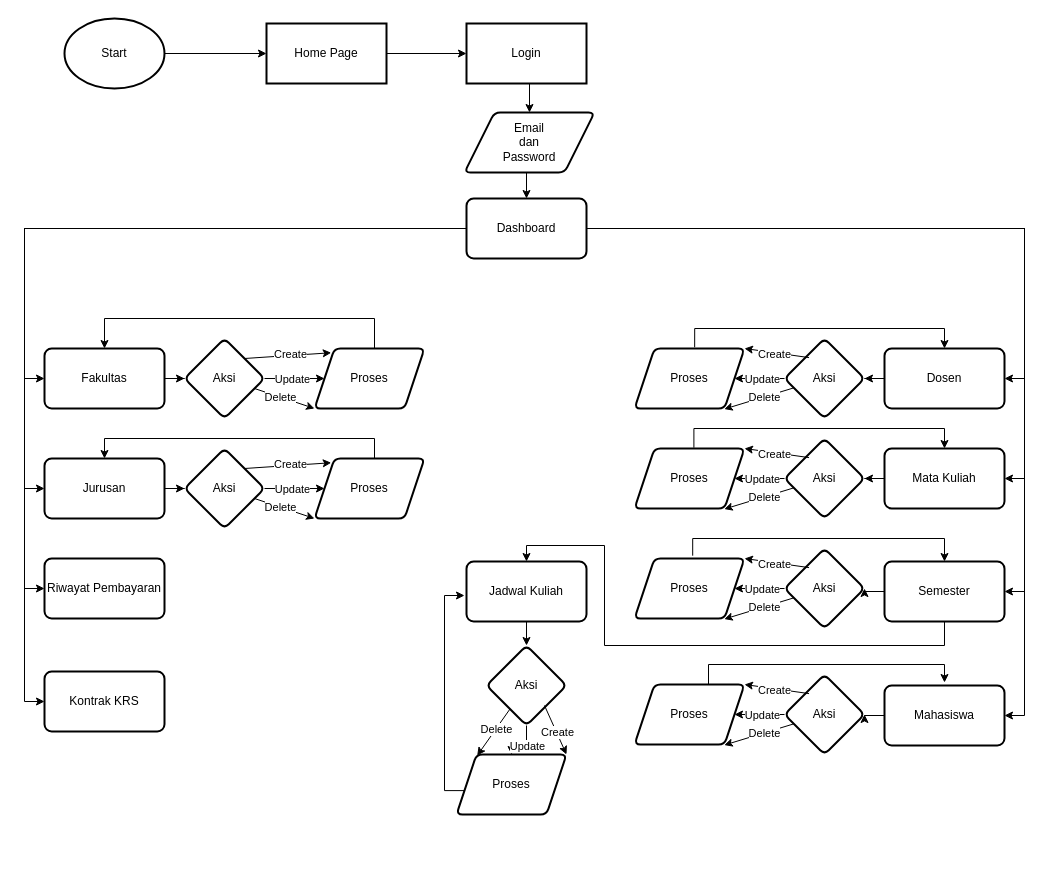
The draw.io diagram page "admin" (1 of 2) of Untitled Diagram.drawio in GibransLF/minprokrs, before the edit. Source tidied: cells renumbered, new cells numbered last; positions are measured from the earlier drawing's top-left corner, leaving out a move shared by most shapes. Both pictures are drawn from the tidied source at 100%, with x=0, y=0 at pixel (44, 18).
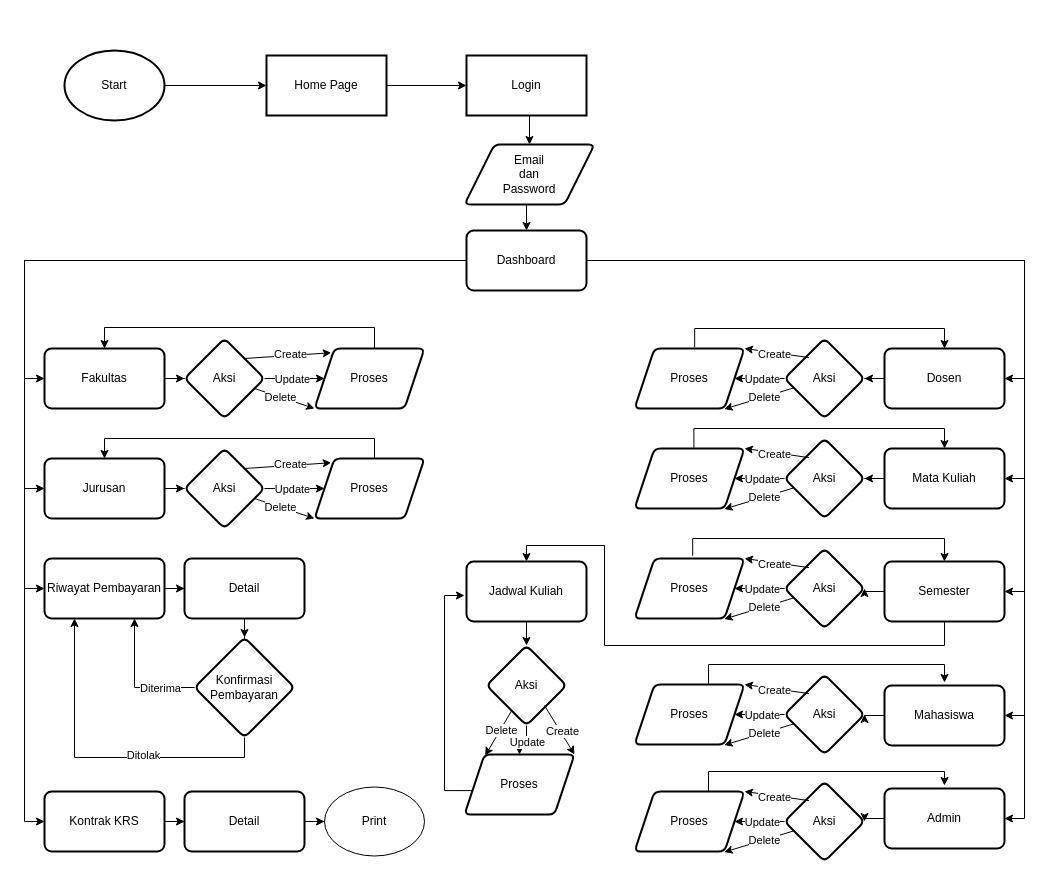
After the change.

The change refers to these unchanged cells:
```xml
<mxCell id="20" value="Fakultas" style="whiteSpace=wrap;html=1;strokeWidth=2;rounded=1;arcSize=12;" parent="1" vertex="1">
  <mxGeometry y="330" width="120" height="60" as="geometry" />
</mxCell>
<mxCell id="32" value="Riwayat Pembayaran" style="whiteSpace=wrap;html=1;strokeWidth=2;rounded=1;arcSize=12;" parent="1" vertex="1">
  <mxGeometry y="540" width="120" height="60" as="geometry" />
</mxCell>
<mxCell id="38" value="Proses" style="shape=parallelogram;perimeter=parallelogramPerimeter;whiteSpace=wrap;html=1;fixedSize=1;strokeWidth=2;rounded=1;arcSize=12;" parent="1" vertex="1">
  <mxGeometry x="270" y="330" width="110" height="60" as="geometry" />
</mxCell>
```

What changed in the source:
```diff
@@
     <mxCell id="3" value="Start" style="strokeWidth=2;html=1;shape=mxgraph.flowchart.start_1;whiteSpace=wrap;" parent="1" vertex="1">
-      <mxGeometry x="20" width="100" height="70" as="geometry" />
+      <mxGeometry x="20" y="32" width="100" height="70" as="geometry" />
     </mxCell>
@@
     <mxCell id="5" value="Home Page" style="whiteSpace=wrap;html=1;strokeWidth=2;" parent="1" vertex="1">
-      <mxGeometry x="222" y="5" width="120" height="60" as="geometry" />
+      <mxGeometry x="222" y="37" width="120" height="60" as="geometry" />
     </mxCell>
@@
     <mxCell id="7" value="Login" style="whiteSpace=wrap;html=1;strokeWidth=2;" parent="1" vertex="1">
-      <mxGeometry x="422" y="5" width="120" height="60" as="geometry" />
+      <mxGeometry x="422" y="37" width="120" height="60" as="geometry" />
     </mxCell>
@@
     <mxCell id="9" value="Email&lt;br&gt;dan&lt;br&gt;Password" style="shape=parallelogram;html=1;strokeWidth=2;perimeter=parallelogramPerimeter;whiteSpace=wrap;rounded=1;arcSize=12;size=0.23;" parent="1" vertex="1">
-      <mxGeometry x="420" y="94" width="130" height="60" as="geometry" />
+      <mxGeometry x="420" y="126" width="130" height="60" as="geometry" />
     </mxCell>
@@
+    <mxCell id="99" style="edgeStyle=orthogonalEdgeStyle;rounded=0;jettySize=auto;html=1;entryX=1;entryY=0.5;entryDx=0;entryDy=0;" parent="1" edge="1" source="18" target="103">
+      <mxGeometry relative="1" as="geometry" />
+    </mxCell>
     <mxCell id="18" value="Dashboard" style="whiteSpace=wrap;html=1;strokeWidth=2;rounded=1;arcSize=12;" parent="1" vertex="1">
-      <mxGeometry x="422" y="180" width="120" height="60" as="geometry" />
+      <mxGeometry x="422" y="212" width="120" height="60" as="geometry" />
     </mxCell>
@@
+    <mxCell id="100" style="edgeStyle=orthogonalEdgeStyle;rounded=0;jettySize=auto;html=1;" parent="1" edge="1" source="32" target="117">
+      <mxGeometry relative="1" as="geometry" />
+    </mxCell>
@@
+    <mxCell id="101" style="edgeStyle=orthogonalEdgeStyle;rounded=0;jettySize=auto;html=1;" parent="1" edge="1" source="33" target="114">
+      <mxGeometry relative="1" as="geometry" />
+    </mxCell>
     <mxCell id="33" value="Kontrak KRS" style="whiteSpace=wrap;html=1;strokeWidth=2;rounded=1;arcSize=12;" parent="1" vertex="1">
-      <mxGeometry y="653" width="120" height="60" as="geometry" />
+      <mxGeometry y="773" width="120" height="60" as="geometry" />
     </mxCell>
@@
     <mxCell id="37" style="edgeStyle=orthogonalEdgeStyle;rounded=0;jettySize=auto;html=1;entryX=0.5;entryY=0;entryDx=0;entryDy=0;exitX=0.583;exitY=0;exitDx=0;exitDy=0;exitPerimeter=0;" parent="1" edge="1" source="38" target="20">
       <mxGeometry relative="1" as="geometry">
         <Array as="points">
-          <mxPoint x="330" y="300" />
-          <mxPoint x="60" y="300" />
+          <mxPoint x="330" y="330" />
+          <mxPoint x="330" y="309" />
+          <mxPoint x="60" y="309" />
         </Array>
       </mxGeometry>
     </mxCell>
@@
     <mxCell id="94" value="Proses" style="shape=parallelogram;perimeter=parallelogramPerimeter;whiteSpace=wrap;html=1;fixedSize=1;strokeWidth=2;rounded=1;arcSize=12;" parent="1" vertex="1">
-      <mxGeometry x="412" y="736" width="110" height="60" as="geometry" />
+      <mxGeometry x="420" y="736" width="110" height="60" as="geometry" />
     </mxCell>
@@
+    <mxCell id="102" style="edgeStyle=orthogonalEdgeStyle;rounded=0;jettySize=auto;html=1;" parent="1" edge="1" source="103" target="106">
+      <mxGeometry relative="1" as="geometry" />
+    </mxCell>
+    <mxCell id="103" value="Admin" style="whiteSpace=wrap;html=1;strokeWidth=2;rounded=1;arcSize=12;" parent="1" vertex="1">
+      <mxGeometry x="840" y="770" width="120" height="60" as="geometry" />
+    </mxCell>
+    <mxCell id="104" style="edgeStyle=orthogonalEdgeStyle;rounded=0;jettySize=auto;html=1;" parent="1" edge="1" source="106" target="108">
+      <mxGeometry relative="1" as="geometry" />
+    </mxCell>
+    <mxCell id="105" value="Update" style="edgeLabel;html=1;align=center;verticalAlign=middle;" parent="104" vertex="1">
+      <mxGeometry x="-0.09" relative="1" as="geometry" />
+    </mxCell>
+    <mxCell id="106" value="Aksi" style="rhombus;whiteSpace=wrap;html=1;strokeWidth=2;rounded=1;arcSize=12;" parent="1" vertex="1">
+      <mxGeometry x="740" y="763" width="80" height="80" as="geometry" />
+    </mxCell>
+    <mxCell id="107" style="edgeStyle=orthogonalEdgeStyle;rounded=0;jettySize=auto;html=1;exitX=0.583;exitY=0;exitDx=0;exitDy=0;exitPerimeter=0;" parent="1" edge="1" source="108">
+      <mxGeometry relative="1" as="geometry">
+        <mxPoint x="900" y="767" as="targetPoint" />
+        <Array as="points">
+          <mxPoint x="664" y="753" />
+          <mxPoint x="900" y="753" />
+        </Array>
+      </mxGeometry>
+    </mxCell>
+    <mxCell id="108" value="Proses" style="shape=parallelogram;perimeter=parallelogramPerimeter;whiteSpace=wrap;html=1;fixedSize=1;strokeWidth=2;rounded=1;arcSize=12;" parent="1" vertex="1">
+      <mxGeometry x="590" y="773" width="110" height="60" as="geometry" />
+    </mxCell>
+    <mxCell id="109" style="endArrow=classic;html=1;rounded=0;entryX=0.816;entryY=1.01;entryDx=0;entryDy=0;entryPerimeter=0;" parent="1" edge="1" source="106" target="108">
+      <mxGeometry relative="1" as="geometry" />
+    </mxCell>
+    <mxCell id="110" value="Delete" style="edgeLabel;html=1;align=center;verticalAlign=middle;" parent="109" vertex="1">
+      <mxGeometry x="-0.16" relative="1" as="geometry" />
+    </mxCell>
+    <mxCell id="111" style="endArrow=classic;html=1;rounded=0;exitX=0.307;exitY=0.239;exitDx=0;exitDy=0;entryX=1;entryY=0;entryDx=0;entryDy=0;exitPerimeter=0;" parent="1" edge="1" source="106" target="108">
+      <mxGeometry relative="1" as="geometry" />
+    </mxCell>
+    <mxCell id="112" value="Create" style="edgeLabel;html=1;align=center;verticalAlign=middle;" parent="111" vertex="1">
+      <mxGeometry x="0.07" y="1" relative="1" as="geometry" />
+    </mxCell>
+    <mxCell id="113" style="edgeStyle=orthogonalEdgeStyle;rounded=0;jettySize=auto;html=1;" parent="1" edge="1" source="114" target="115">
+      <mxGeometry relative="1" as="geometry" />
+    </mxCell>
+    <mxCell id="114" value="Detail" style="whiteSpace=wrap;html=1;strokeWidth=2;rounded=1;arcSize=12;" parent="1" vertex="1">
+      <mxGeometry x="140" y="773" width="120" height="60" as="geometry" />
+    </mxCell>
+    <mxCell id="115" value="Print" style="ellipse;whiteSpace=wrap;html=1;" parent="1" vertex="1">
+      <mxGeometry x="280" y="768.5" width="100" height="69" as="geometry" />
+    </mxCell>
+    <mxCell id="116" style="edgeStyle=orthogonalEdgeStyle;rounded=0;jettySize=auto;html=1;" parent="1" edge="1" source="117" target="122">
+      <mxGeometry relative="1" as="geometry" />
+    </mxCell>
+    <mxCell id="117" value="Detail" style="whiteSpace=wrap;html=1;strokeWidth=2;rounded=1;arcSize=12;" parent="1" vertex="1">
+      <mxGeometry x="140" y="540" width="120" height="60" as="geometry" />
+    </mxCell>
+    <mxCell id="118" style="edgeStyle=orthogonalEdgeStyle;rounded=0;jettySize=auto;html=1;entryX=0.75;entryY=1;entryDx=0;entryDy=0;" parent="1" edge="1" source="122" target="32">
+      <mxGeometry relative="1" as="geometry" />
+    </mxCell>
+    <mxCell id="119" value="Diterima" style="edgeLabel;html=1;align=center;verticalAlign=middle;" parent="118" vertex="1">
+      <mxGeometry x="-0.46" relative="1" as="geometry" />
+    </mxCell>
+    <mxCell id="120" style="edgeStyle=orthogonalEdgeStyle;rounded=0;jettySize=auto;html=1;exitX=0.5;exitY=1;exitDx=0;exitDy=0;entryX=0.25;entryY=1;entryDx=0;entryDy=0;" parent="1" edge="1" source="122" target="32">
+      <mxGeometry relative="1" as="geometry" />
+    </mxCell>
+    <mxCell id="121" value="Ditolak" style="edgeLabel;html=1;align=center;verticalAlign=middle;" parent="120" vertex="1">
+      <mxGeometry x="-0.26" y="-3" relative="1" as="geometry" />
+    </mxCell>
+    <mxCell id="122" value="Konfirmasi Pembayaran" style="rhombus;whiteSpace=wrap;html=1;strokeWidth=2;rounded=1;arcSize=12;" parent="1" vertex="1">
+      <mxGeometry x="150" y="619" width="100" height="100" as="geometry" />
+    </mxCell>
```
